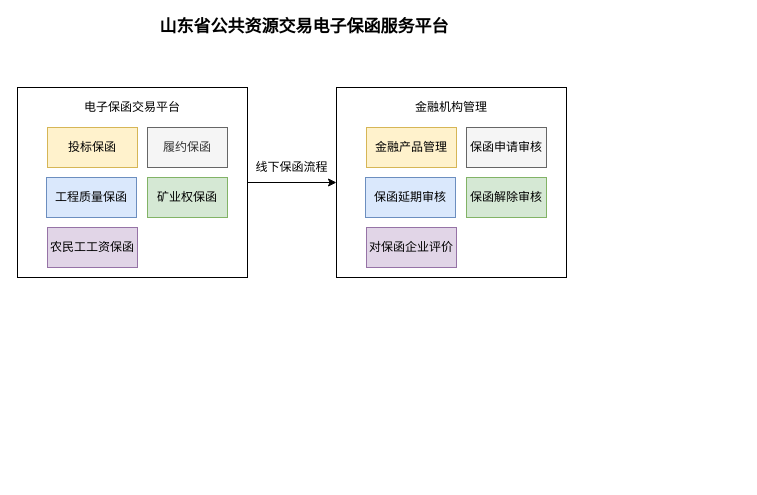
hyk95/git keeps this draw.io diagram as Untitled Diagram.drawio. Above is the earlier version. Source tidied: cells renumbered, new cells numbered last; positions are measured from the earlier drawing's top-left corner, leaving out a move shared by most shapes. Both pictures are drawn from the tidied source at 100%, with x=0, y=0 at pixel (17, 17).
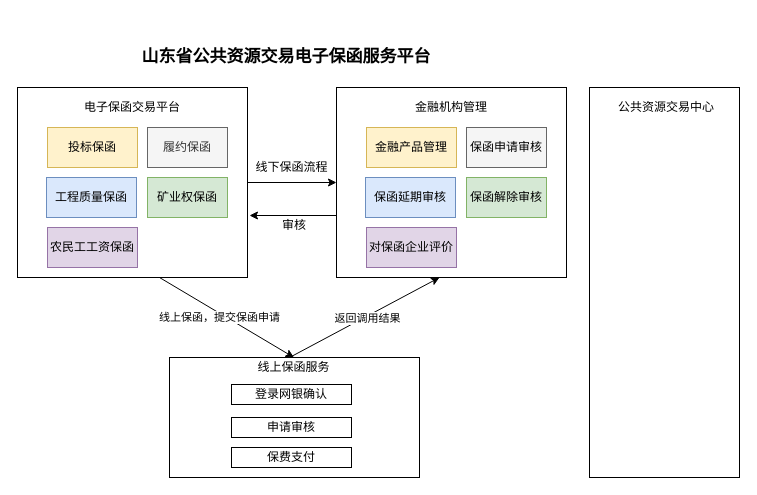
After the change.

Unchanged cells that the change refers to:
```xml
<mxCell id="3" style="rounded=0;whiteSpace=wrap;html=1;" parent="1" vertex="1">
  <mxGeometry y="70" width="230" height="190" as="geometry" />
</mxCell>
<mxCell id="11" style="rounded=0;whiteSpace=wrap;html=1;" parent="1" vertex="1">
  <mxGeometry x="319" y="70" width="230" height="190" as="geometry" />
</mxCell>
```

The edit, as a diff of the source:
```diff
@@
-    <mxCell id="2" style="edgeStyle=orthogonalEdgeStyle;rounded=0;jettySize=auto;html=1;exitX=1;exitY=0.5;exitDx=0;exitDy=0;entryX=0;entryY=0.5;entryDx=0;entryDy=0;" parent="1" edge="1" source="3" target="11">
+    <mxCell id="2" style="edgeStyle=orthogonalEdgeStyle;rounded=0;jettySize=auto;html=1;exitX=1;exitY=0.5;exitDx=0;exitDy=0;entryX=0;entryY=0.5;entryDx=0;entryDy=0;endArrow=classic;endFill=1;" parent="1" edge="1" source="3" target="11">
       <mxGeometry relative="1" as="geometry" />
     </mxCell>
@@
     <mxCell id="4" value="&lt;b&gt;&lt;font style=&quot;font-size: 17px&quot;&gt;山东省公共资源交易电子保函服务平台&lt;/font&gt;&lt;/b&gt;" style="text;html=1;strokeColor=none;fillColor=none;align=center;verticalAlign=middle;whiteSpace=wrap;rounded=0;" parent="1" vertex="1">
-      <mxGeometry x="117" width="340" height="20" as="geometry" />
+      <mxGeometry x="99" y="30" width="340" height="20" as="geometry" />
     </mxCell>
@@
+    <mxCell id="19" style="rounded=0;whiteSpace=wrap;html=1;" parent="1" vertex="1">
+      <mxGeometry x="152" y="340" width="250" height="120" as="geometry" />
+    </mxCell>
+    <mxCell id="20" value="线上保函服务" style="text;html=1;strokeColor=none;fillColor=none;align=center;verticalAlign=middle;whiteSpace=wrap;rounded=0;" parent="1" vertex="1">
+      <mxGeometry x="234" y="340" width="85" height="20" as="geometry" />
+    </mxCell>
+    <mxCell id="21" value="审核" style="text;html=1;strokeColor=none;fillColor=none;align=center;verticalAlign=middle;whiteSpace=wrap;rounded=0;" parent="1" vertex="1">
+      <mxGeometry x="257" y="198" width="40" height="20" as="geometry" />
+    </mxCell>
+    <mxCell id="22" style="endArrow=classic;html=1;" parent="1" edge="1">
+      <mxGeometry relative="1" as="geometry">
+        <mxPoint x="319" y="198" as="sourcePoint" />
+        <mxPoint x="232" y="198" as="targetPoint" />
+      </mxGeometry>
+    </mxCell>
+    <mxCell id="23" style="endArrow=classic;html=1;entryX=0.5;entryY=0;entryDx=0;entryDy=0;" parent="1" edge="1" target="20">
+      <mxGeometry relative="1" as="geometry">
+        <mxPoint x="142" y="260" as="sourcePoint" />
+      </mxGeometry>
+    </mxCell>
+    <mxCell id="24" value="线上保函，提交保函申请" style="edgeLabel;html=1;align=center;verticalAlign=middle;" parent="23" vertex="1">
+      <mxGeometry x="-0.47" y="3" relative="1" as="geometry">
+        <mxPoint x="22.3" y="21.1" as="offset" />
+      </mxGeometry>
+    </mxCell>
+    <mxCell id="25" style="endArrow=classic;html=1;" parent="1" edge="1">
+      <mxGeometry relative="1" as="geometry">
+        <mxPoint x="272" y="340" as="sourcePoint" />
+        <mxPoint x="422" y="260" as="targetPoint" />
+      </mxGeometry>
+    </mxCell>
+    <mxCell id="26" value="返回调用结果" style="edgeLabel;html=1;align=center;verticalAlign=middle;" parent="1" vertex="1">
+      <mxGeometry x="349" y="300" as="geometry" />
+    </mxCell>
+    <mxCell id="27" value="登录网银确认" style="rounded=0;whiteSpace=wrap;html=1;" parent="1" vertex="1">
+      <mxGeometry x="214" y="367" width="120" height="20" as="geometry" />
+    </mxCell>
+    <mxCell id="28" value="申请审核" style="rounded=0;whiteSpace=wrap;html=1;" parent="1" vertex="1">
+      <mxGeometry x="214" y="400" width="120" height="20" as="geometry" />
+    </mxCell>
+    <mxCell id="29" value="保费支付" style="rounded=0;whiteSpace=wrap;html=1;" parent="1" vertex="1">
+      <mxGeometry x="214" y="430" width="120" height="20" as="geometry" />
+    </mxCell>
+    <mxCell id="30" style="rounded=0;whiteSpace=wrap;html=1;" parent="1" vertex="1">
+      <mxGeometry x="572" y="70" width="150" height="390" as="geometry" />
+    </mxCell>
+    <mxCell id="31" value="公共资源交易中心" style="text;html=1;strokeColor=none;fillColor=none;align=center;verticalAlign=middle;whiteSpace=wrap;rounded=0;" parent="1" vertex="1">
+      <mxGeometry x="599" y="80" width="100" height="20" as="geometry" />
+    </mxCell>
```
